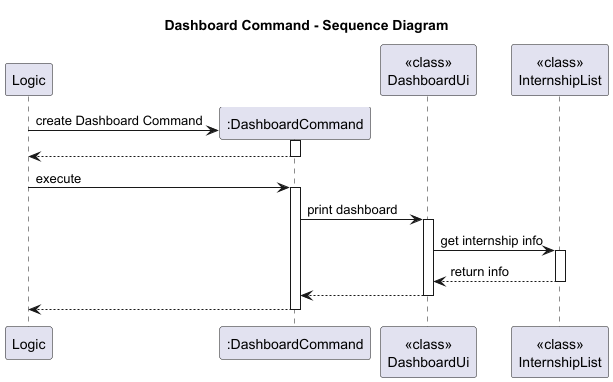
AY2526S1-CS2113-W14-4/tp keeps this PlantUML diagram as docs/diagrams/DashboardCommandSD.png. Above is the earlier version.
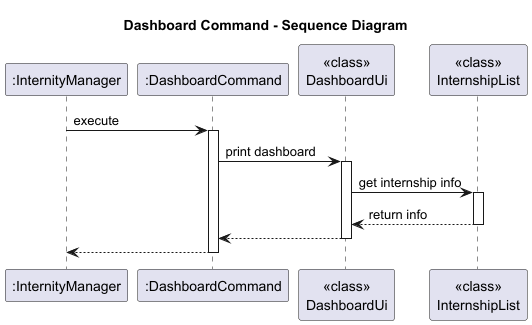
After the commit.

Change to the diagram source:
```diff
@@ -1,14 +1,12 @@
 @startuml
 title Dashboard Command - Sequence Diagram
 
-participant Logic
-create ":DashboardCommand" as DC
+participant ":InternityManager" as Logic
+participant ":DashboardCommand" as DC
 participant "<<class>>\nDashboardUi" as DUi
 participant "<<class>>\nInternshipList" as IL
 
-Logic -> DC** : create Dashboard Command
-activate DC
-return
+
 
 Logic -> DC : execute
 activate DC
```
